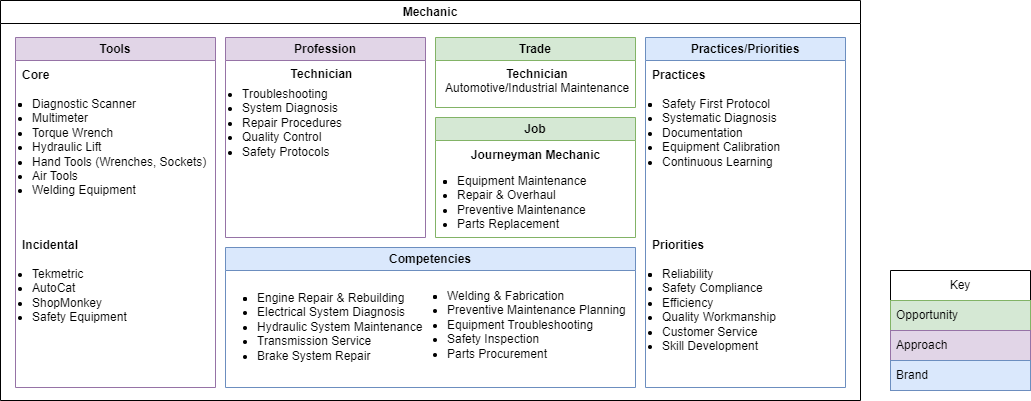
This is images/careerstop-Mechanic.drawio.png from pgaljan/pgaljan.github.io, a draw.io export, as it was before one commit. Source tidied: cells renumbered, new cells last; positions are measured from the earlier drawing's top-left corner, leaving out a move shared by most shapes.
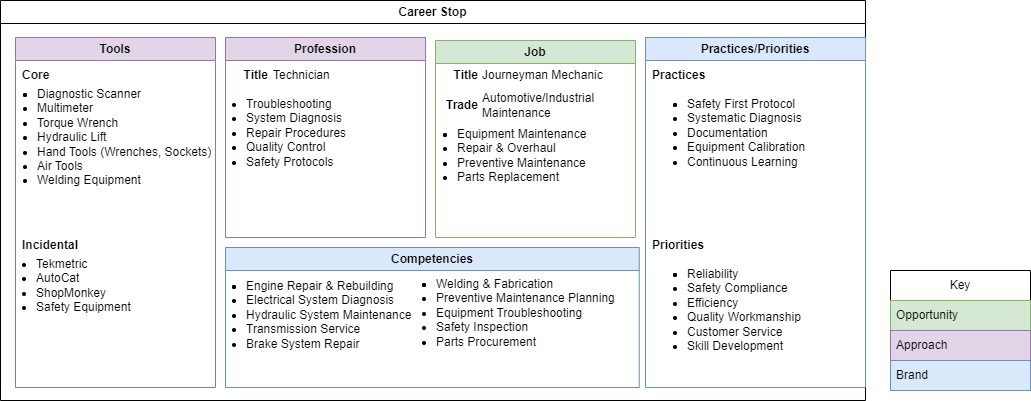
After the change.

What changed in the source:
```diff
@@ -2,10 +2,10 @@
   <root>
     <mxCell id="0" />
     <mxCell id="1" parent="0" />
-    <mxCell id="2" value="Mechanic" style="swimlane;whiteSpace=wrap;html=1;" parent="1" vertex="1">
-      <mxGeometry width="860" height="400" as="geometry" />
-    </mxCell>
+    <mxCell id="28" value="Career Stop" style="swimlane;whiteSpace=wrap;html=1;" parent="1" vertex="1">
+      <mxGeometry width="865" height="400" as="geometry" />
+    </mxCell>
-    <mxCell id="3" value="Tools" style="swimlane;whiteSpace=wrap;html=1;fillColor=#e1d5e7;strokeColor=#9673a6;" parent="2" vertex="1">
+    <mxCell id="3" value="Tools" style="swimlane;whiteSpace=wrap;html=1;fillColor=#e1d5e7;strokeColor=#9673a6;" parent="28" vertex="1">
       <mxGeometry x="15" y="37" width="200" height="350" as="geometry" />
     </mxCell>
     <mxCell id="4" value="Core" style="text;html=1;align=left;verticalAlign=middle;whiteSpace=wrap;rounded=0;fontStyle=1;" parent="3" vertex="1">
@@ -15,22 +15,25 @@
       <mxGeometry x="5" y="193" width="60" height="30" as="geometry" />
     </mxCell>
     <mxCell id="6" value="&lt;ul style=&quot;padding-left: 10px; margin-top: 0px; margin-bottom: 0px;&quot;&gt;&lt;li&gt;&lt;li&gt;Diagnostic Scanner&lt;/li&gt;&lt;li&gt;Multimeter&lt;/li&gt;&lt;li&gt;Torque Wrench&lt;/li&gt;&lt;li&gt;Hydraulic Lift&lt;/li&gt;&lt;li&gt;Hand Tools (Wrenches, Sockets)&lt;/li&gt;&lt;li&gt;Air Tools&lt;/li&gt;&lt;li&gt;Welding Equipment&lt;/li&gt;&lt;/li&gt;&lt;/ul&gt;" style="text;html=1;align=left;verticalAlign=top;whiteSpace=wrap;rounded=0;" parent="3" vertex="1">
-      <mxGeometry x="5" y="53" width="190" height="117" as="geometry" />
+      <mxGeometry x="10" y="43" width="190" height="117" as="geometry" />
     </mxCell>
     <mxCell id="7" value="&lt;ul style=&quot;padding-left: 10px; margin-top: 0px; margin-bottom: 0px;&quot;&gt;&lt;li&gt;&lt;span style=&quot;background-color: initial;&quot;&gt;Tekmetric&lt;/span&gt;&lt;/li&gt;&lt;li&gt;&lt;span style=&quot;background-color: initial;&quot;&gt;AutoCat&lt;/span&gt;&lt;/li&gt;&lt;li&gt;&lt;span style=&quot;background-color: initial;&quot;&gt;ShopMonkey&lt;/span&gt;&lt;/li&gt;&lt;li&gt;&lt;span style=&quot;background-color: initial;&quot;&gt;Safety Equipment&lt;/span&gt;&lt;br&gt;&lt;/li&gt;&lt;/ul&gt;" style="text;html=1;align=left;verticalAlign=top;whiteSpace=wrap;rounded=0;" parent="3" vertex="1">
-      <mxGeometry x="5" y="223" width="190" height="117" as="geometry" />
+      <mxGeometry x="8.8" y="213" width="190" height="117" as="geometry" />
     </mxCell>
-    <mxCell id="8" value="Competencies" style="swimlane;whiteSpace=wrap;html=1;fillColor=#dae8fc;strokeColor=#6c8ebf;" parent="2" vertex="1">
-      <mxGeometry x="225" y="247" width="410" height="140" as="geometry" />
+    <mxCell id="8" value="Competencies" style="swimlane;whiteSpace=wrap;html=1;fillColor=#dae8fc;strokeColor=#6c8ebf;" parent="28" vertex="1">
+      <mxGeometry x="225" y="247" width="413.8" height="140" as="geometry" />
     </mxCell>
+    <mxCell id="17" value="&lt;ul style=&quot;padding-left: 10px; margin-top: 0px; margin-bottom: 0px;&quot;&gt;&lt;li&gt;&lt;span style=&quot;background-color: initial;&quot;&gt;Troubleshooting&lt;/span&gt;&lt;br&gt;&lt;/li&gt;&lt;li&gt;System Diagnosis&lt;/li&gt;&lt;li&gt;Repair Procedures&lt;/li&gt;&lt;li&gt;Quality Control&lt;/li&gt;&lt;li&gt;Safety Protocols&lt;/li&gt;&lt;/ul&gt;" style="text;html=1;align=left;verticalAlign=top;whiteSpace=wrap;rounded=0;" parent="8" vertex="1">
+      <mxGeometry x="8.8" y="-157" width="190" height="87" as="geometry" />
+    </mxCell>
     <mxCell id="9" value="&lt;ul style=&quot;padding-left: 10px; margin-top: 0px; margin-bottom: 0px;&quot;&gt;&lt;li&gt;&lt;li&gt;Engine Repair &amp;amp; Rebuilding&lt;/li&gt;&lt;li&gt;Electrical System Diagnosis&lt;/li&gt;&lt;li&gt;Hydraulic System Maintenance&lt;/li&gt;&lt;li&gt;Transmission Service&lt;/li&gt;&lt;li&gt;Brake System Repair&lt;/li&gt;&lt;/li&gt;&lt;/ul&gt;" style="text;html=1;align=left;verticalAlign=top;whiteSpace=wrap;rounded=0;" parent="8" vertex="1">
-      <mxGeometry x="20" y="36.5" width="190" height="70" as="geometry" />
+      <mxGeometry x="8.8" y="24.5" width="190" height="70" as="geometry" />
     </mxCell>
     <mxCell id="10" value="&lt;ul style=&quot;padding-left: 10px; margin-top: 0px; margin-bottom: 0px;&quot;&gt;&lt;li&gt;&lt;li&gt;Welding &amp;amp; Fabrication&lt;/li&gt;&lt;li&gt;Preventive Maintenance Planning&lt;/li&gt;&lt;li&gt;Equipment Troubleshooting&lt;/li&gt;&lt;li&gt;Safety Inspection&lt;/li&gt;&lt;li&gt;Parts Procurement&lt;br&gt;&lt;/li&gt;&lt;/li&gt;&lt;/ul&gt;" style="text;html=1;align=left;verticalAlign=top;whiteSpace=wrap;rounded=0;" parent="8" vertex="1">
-      <mxGeometry x="210" y="35" width="200" height="70" as="geometry" />
+      <mxGeometry x="198.8" y="23" width="200" height="70" as="geometry" />
     </mxCell>
-    <mxCell id="11" value="Practices/Priorities" style="swimlane;whiteSpace=wrap;html=1;fillColor=#dae8fc;strokeColor=#6c8ebf;" parent="2" vertex="1">
-      <mxGeometry x="645" y="37" width="200" height="350" as="geometry" />
+    <mxCell id="11" value="Practices/Priorities" style="swimlane;whiteSpace=wrap;html=1;fillColor=#dae8fc;strokeColor=#6c8ebf;" parent="28" vertex="1">
+      <mxGeometry x="645" y="37" width="220" height="350" as="geometry" />
     </mxCell>
     <mxCell id="12" value="Practices" style="text;html=1;align=left;verticalAlign=middle;whiteSpace=wrap;rounded=0;fontStyle=1;" parent="11" vertex="1">
       <mxGeometry x="5" y="23" width="60" height="30" as="geometry" />
@@ -39,35 +42,38 @@
       <mxGeometry x="5" y="193" width="60" height="30" as="geometry" />
     </mxCell>
     <mxCell id="14" value="&lt;ul style=&quot;padding-left: 10px; margin-top: 0px; margin-bottom: 0px;&quot;&gt;&lt;li&gt;&lt;li&gt;Safety First Protocol&lt;/li&gt;&lt;li&gt;Systematic Diagnosis&lt;/li&gt;&lt;li&gt;Documentation&lt;/li&gt;&lt;li&gt;Equipment Calibration&lt;/li&gt;&lt;li&gt;Continuous Learning&lt;/li&gt;&lt;/li&gt;&lt;/ul&gt;" style="text;html=1;align=left;verticalAlign=top;whiteSpace=wrap;rounded=0;" parent="11" vertex="1">
-      <mxGeometry x="5" y="53" width="190" height="117" as="geometry" />
+      <mxGeometry x="30" y="53" width="190" height="117" as="geometry" />
     </mxCell>
     <mxCell id="15" value="&lt;ul style=&quot;padding-left: 10px; margin-top: 0px; margin-bottom: 0px;&quot;&gt;&lt;li&gt;&lt;li&gt;Reliability&lt;/li&gt;&lt;li&gt;Safety Compliance&lt;/li&gt;&lt;li&gt;Efficiency&lt;/li&gt;&lt;li&gt;Quality Workmanship&lt;/li&gt;&lt;li&gt;Customer Service&lt;/li&gt;&lt;li&gt;Skill Development&lt;/li&gt;&lt;/li&gt;&lt;/ul&gt;" style="text;html=1;align=left;verticalAlign=top;whiteSpace=wrap;rounded=0;" parent="11" vertex="1">
-      <mxGeometry x="5" y="223" width="190" height="117" as="geometry" />
+      <mxGeometry x="30" y="223" width="190" height="117" as="geometry" />
     </mxCell>
-    <mxCell id="16" value="Profession" style="swimlane;whiteSpace=wrap;html=1;fillColor=#e1d5e7;strokeColor=#9673a6;" parent="2" vertex="1">
+    <mxCell id="16" value="Profession" style="swimlane;whiteSpace=wrap;html=1;fillColor=#e1d5e7;strokeColor=#9673a6;" parent="28" vertex="1">
       <mxGeometry x="225" y="37" width="200" height="200" as="geometry" />
     </mxCell>
-    <mxCell id="17" value="&lt;ul style=&quot;padding-left: 10px; margin-top: 0px; margin-bottom: 0px;&quot;&gt;&lt;li&gt;&lt;span style=&quot;background-color: initial;&quot;&gt;Troubleshooting&lt;/span&gt;&lt;br&gt;&lt;/li&gt;&lt;li&gt;System Diagnosis&lt;/li&gt;&lt;li&gt;Repair Procedures&lt;/li&gt;&lt;li&gt;Quality Control&lt;/li&gt;&lt;li&gt;Safety Protocols&lt;/li&gt;&lt;/ul&gt;" style="text;html=1;align=left;verticalAlign=top;whiteSpace=wrap;rounded=0;" parent="16" vertex="1">
-      <mxGeometry x="5" y="43" width="190" height="87" as="geometry" />
-    </mxCell>
+    <mxCell id="29" value="Title" style="text;html=1;align=right;verticalAlign=middle;whiteSpace=wrap;rounded=0;fontStyle=1;" parent="16" vertex="1">
+      <mxGeometry x="5" y="23" width="40" height="30" as="geometry" />
+    </mxCell>
+    <mxCell id="21" value="Job" style="swimlane;whiteSpace=wrap;html=1;fillColor=#d5e8d4;strokeColor=#82b366;" parent="28" vertex="1">
+      <mxGeometry x="435" y="40" width="200" height="197" as="geometry" />
+    </mxCell>
+    <mxCell id="30" value="Title" style="text;html=1;align=right;verticalAlign=middle;whiteSpace=wrap;rounded=0;fontStyle=1;" parent="21" vertex="1">
+      <mxGeometry x="5" y="20" width="40" height="30" as="geometry" />
+    </mxCell>
+    <mxCell id="19" value="Trade" style="text;html=1;align=right;verticalAlign=middle;whiteSpace=wrap;rounded=0;fontStyle=1;" parent="21" vertex="1">
+      <mxGeometry x="5" y="50" width="40" height="30" as="geometry" />
+    </mxCell>
+    <mxCell id="22" value="&lt;ul style=&quot;padding-left: 10px; margin-top: 0px; margin-bottom: 0px;&quot;&gt;&lt;li&gt;&lt;li&gt;Equipment Maintenance&lt;/li&gt;&lt;li&gt;Repair &amp;amp; Overhaul&lt;/li&gt;&lt;li&gt;Preventive Maintenance&lt;/li&gt;&lt;li&gt;&lt;span style=&quot;background-color: initial;&quot;&gt;Parts Replacement&lt;/span&gt;&lt;br&gt;&lt;/li&gt;&lt;/li&gt;&lt;/ul&gt;" style="text;html=1;align=left;verticalAlign=top;whiteSpace=wrap;rounded=0;" parent="21" vertex="1">
+      <mxGeometry x="10" y="80" width="190" height="70" as="geometry" />
+    </mxCell>
-    <mxCell id="18" value="&lt;div style=&quot;&quot;&gt;&lt;span style=&quot;background-color: initial;&quot;&gt;&lt;b&gt;Technician&lt;/b&gt;&lt;/span&gt;&lt;/div&gt;" style="text;html=1;align=center;verticalAlign=top;whiteSpace=wrap;rounded=0;" parent="16" vertex="1">
-      <mxGeometry y="23" width="192.5" height="25" as="geometry" />
+    <mxCell id="18" value="Technician" style="text;html=1;align=left;verticalAlign=middle;whiteSpace=wrap;rounded=0;fontStyle=0;" parent="21" vertex="1">
+      <mxGeometry x="-164" y="20" width="125" height="30" as="geometry" />
     </mxCell>
-    <mxCell id="19" value="Trade" style="swimlane;whiteSpace=wrap;html=1;fillColor=#d5e8d4;strokeColor=#82b366;" parent="2" vertex="1">
-      <mxGeometry x="435" y="37" width="200" height="70" as="geometry" />
-    </mxCell>
-    <mxCell id="20" value="&lt;div style=&quot;text-align: center;&quot;&gt;&lt;span style=&quot;background-color: initial;&quot;&gt;&lt;b&gt;Technician&lt;/b&gt;&lt;/span&gt;&lt;/div&gt;&lt;span style=&quot;background-color: initial;&quot;&gt;&lt;div style=&quot;text-align: center;&quot;&gt;&lt;span style=&quot;background-color: initial;&quot;&gt;Automotive/Industrial Maintenance&lt;/span&gt;&lt;/div&gt;&lt;/span&gt;" style="text;html=1;align=left;verticalAlign=top;whiteSpace=wrap;rounded=0;" parent="19" vertex="1">
-      <mxGeometry x="7.5" y="23" width="192.5" height="40" as="geometry" />
-    </mxCell>
-    <mxCell id="21" value="Job" style="swimlane;whiteSpace=wrap;html=1;fillColor=#d5e8d4;strokeColor=#82b366;" parent="2" vertex="1">
-      <mxGeometry x="435" y="117" width="200" height="120" as="geometry" />
-    </mxCell>
-    <mxCell id="22" value="&lt;ul style=&quot;padding-left: 10px; margin-top: 0px; margin-bottom: 0px;&quot;&gt;&lt;li&gt;&lt;li&gt;Equipment Maintenance&lt;/li&gt;&lt;li&gt;Repair &amp;amp; Overhaul&lt;/li&gt;&lt;li&gt;Preventive Maintenance&lt;/li&gt;&lt;li&gt;&lt;span style=&quot;background-color: initial;&quot;&gt;Parts Replacement&lt;/span&gt;&lt;br&gt;&lt;/li&gt;&lt;/li&gt;&lt;/ul&gt;" style="text;html=1;align=left;verticalAlign=top;whiteSpace=wrap;rounded=0;" parent="21" vertex="1">
-      <mxGeometry x="10" y="50" width="190" height="70" as="geometry" />
-    </mxCell>
-    <mxCell id="23" value="Journeyman Mechanic" style="text;html=1;align=center;verticalAlign=middle;whiteSpace=wrap;rounded=0;fontStyle=1;" parent="21" vertex="1">
-      <mxGeometry x="32.5" y="23" width="135" height="30" as="geometry" />
+    <mxCell id="23" value="Journeyman Mechanic" style="text;html=1;align=left;verticalAlign=middle;whiteSpace=wrap;rounded=0;fontStyle=0;" parent="21" vertex="1">
+      <mxGeometry x="45" y="20" width="135" height="30" as="geometry" />
     </mxCell>
+    <mxCell id="31" value="Automotive/Industrial Maintenance&amp;nbsp;" style="text;html=1;align=left;verticalAlign=middle;whiteSpace=wrap;rounded=0;" parent="21" vertex="1">
+      <mxGeometry x="45" y="50" width="130" height="30" as="geometry" />
+    </mxCell>
     <mxCell id="24" value="Key" style="swimlane;fontStyle=0;horizontal=1;startSize=30;whiteSpace=wrap;html=1;" parent="1" vertex="1">
       <mxGeometry x="890" y="270" width="140" height="120" as="geometry" />
     </mxCell>
```
